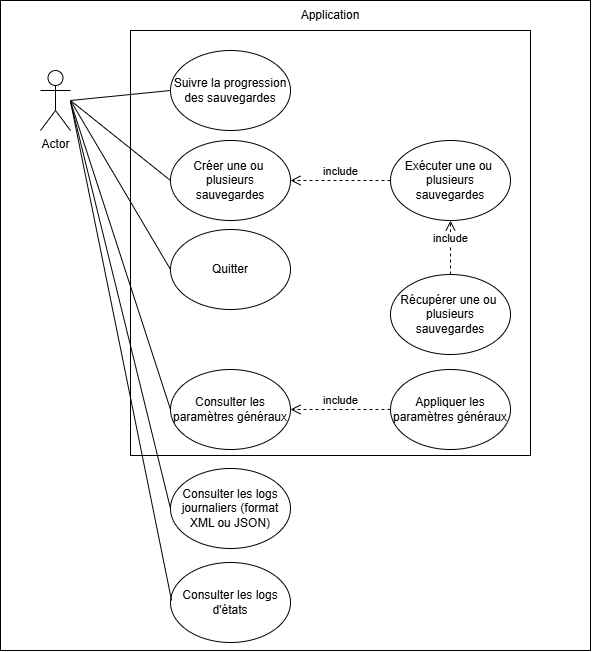
Above: Documents/UML/Diagramme de cas d'utilisation V3.0.png in PierreKerlau/G2_EasySave (draw.io), before the change. Source tidied: cells renumbered, new cells last; positions are measured from the earlier drawing's top-left corner, leaving out a move shared by most shapes. Its diagram source:
```xml
<mxGraphModel>
  <root>
    <mxCell id="0" />
    <mxCell id="1" parent="0" />
    <mxCell id="2" style="rounded=0;whiteSpace=wrap;html=1;" parent="1" vertex="1">
      <mxGeometry width="590" height="650" as="geometry" />
    </mxCell>
    <mxCell id="3" style="rounded=0;whiteSpace=wrap;html=1;" parent="1" vertex="1">
      <mxGeometry x="130" y="30" width="400" height="425" as="geometry" />
    </mxCell>
    <mxCell id="4" value="Actor" style="shape=umlActor;verticalLabelPosition=bottom;verticalAlign=top;html=1;" parent="1" vertex="1">
      <mxGeometry x="40" y="70" width="30" height="60" as="geometry" />
    </mxCell>
    <mxCell id="5" value="Application" style="text;html=1;align=center;verticalAlign=middle;whiteSpace=wrap;rounded=0;" parent="1" vertex="1">
      <mxGeometry x="300" width="60" height="30" as="geometry" />
    </mxCell>
    <mxCell id="6" value="Suivre la progression des sauvegardes" style="ellipse;whiteSpace=wrap;html=1;" parent="1" vertex="1">
      <mxGeometry x="170" y="50" width="120" height="80" as="geometry" />
    </mxCell>
    <mxCell id="7" value="Créer une ou&amp;nbsp;&lt;div&gt;plusieurs sauvegardes&lt;/div&gt;" style="ellipse;whiteSpace=wrap;html=1;" parent="1" vertex="1">
      <mxGeometry x="170" y="140" width="120" height="80" as="geometry" />
    </mxCell>
    <mxCell id="8" value="Récupérer une ou&amp;nbsp;&lt;div&gt;plusieurs sauvegardes&lt;/div&gt;" style="ellipse;whiteSpace=wrap;html=1;" parent="1" vertex="1">
      <mxGeometry x="390" y="274" width="120" height="80" as="geometry" />
    </mxCell>
    <mxCell id="9" value="Quitter" style="ellipse;whiteSpace=wrap;html=1;" parent="1" vertex="1">
      <mxGeometry x="170" y="229" width="120" height="80" as="geometry" />
    </mxCell>
    <mxCell id="10" value="Exécuter une ou&amp;nbsp;&lt;div&gt;plusieurs sauvegardes&lt;/div&gt;" style="ellipse;whiteSpace=wrap;html=1;" parent="1" vertex="1">
      <mxGeometry x="390" y="140" width="120" height="80" as="geometry" />
    </mxCell>
    <mxCell id="11" style="endArrow=none;html=1;rounded=0;entryX=0;entryY=0.5;entryDx=0;entryDy=0;" parent="1" edge="1" target="6">
      <mxGeometry relative="1" as="geometry">
        <mxPoint x="70" y="100" as="sourcePoint" />
      </mxGeometry>
    </mxCell>
    <mxCell id="12" style="endArrow=none;html=1;rounded=0;entryX=0;entryY=0.5;entryDx=0;entryDy=0;" parent="1" edge="1" target="9">
      <mxGeometry relative="1" as="geometry">
        <mxPoint x="70" y="100" as="sourcePoint" />
      </mxGeometry>
    </mxCell>
    <mxCell id="13" style="endArrow=none;html=1;rounded=0;entryX=0;entryY=0.5;entryDx=0;entryDy=0;" parent="1" edge="1" target="7">
      <mxGeometry relative="1" as="geometry">
        <mxPoint x="70" y="100" as="sourcePoint" />
      </mxGeometry>
    </mxCell>
    <mxCell id="14" value="include" style="html=1;verticalAlign=bottom;endArrow=open;dashed=1;endSize=8;curved=0;rounded=0;entryX=1;entryY=0.5;entryDx=0;entryDy=0;exitX=0;exitY=0.5;exitDx=0;exitDy=0;" parent="1" edge="1" source="10" target="7">
      <mxGeometry relative="1" as="geometry" />
    </mxCell>
    <mxCell id="15" value="include" style="html=1;verticalAlign=bottom;endArrow=open;dashed=1;endSize=8;curved=0;rounded=0;entryX=0.5;entryY=1;entryDx=0;entryDy=0;exitX=0.5;exitY=0;exitDx=0;exitDy=0;" parent="1" edge="1" source="8" target="10">
      <mxGeometry relative="1" as="geometry" />
    </mxCell>
    <mxCell id="16" value="Consulter les paramètres généraux" style="ellipse;whiteSpace=wrap;html=1;" parent="1" vertex="1">
      <mxGeometry x="170" y="369" width="120" height="80" as="geometry" />
    </mxCell>
    <mxCell id="17" value="Appliquer les paramètres généraux" style="ellipse;whiteSpace=wrap;html=1;" parent="1" vertex="1">
      <mxGeometry x="390" y="369" width="120" height="80" as="geometry" />
    </mxCell>
    <mxCell id="18" value="include" style="html=1;verticalAlign=bottom;endArrow=open;dashed=1;endSize=8;curved=0;rounded=0;entryX=1;entryY=0.5;entryDx=0;entryDy=0;exitX=0;exitY=0.5;exitDx=0;exitDy=0;" parent="1" edge="1" source="17" target="16">
      <mxGeometry relative="1" as="geometry" />
    </mxCell>
    <mxCell id="19" style="endArrow=none;html=1;rounded=0;entryX=0;entryY=0.5;entryDx=0;entryDy=0;" parent="1" edge="1" target="16">
      <mxGeometry relative="1" as="geometry">
        <mxPoint x="70" y="101" as="sourcePoint" />
      </mxGeometry>
    </mxCell>
    <mxCell id="20" value="Consulter les logs journaliers (format XML ou JSON)" style="ellipse;whiteSpace=wrap;html=1;" parent="1" vertex="1">
      <mxGeometry x="170" y="468" width="120" height="80" as="geometry" />
    </mxCell>
    <mxCell id="21" value="Consulter les logs d'états" style="ellipse;whiteSpace=wrap;html=1;" parent="1" vertex="1">
      <mxGeometry x="170" y="562" width="120" height="80" as="geometry" />
    </mxCell>
    <mxCell id="22" style="endArrow=none;html=1;rounded=0;entryX=0;entryY=0.5;entryDx=0;entryDy=0;" parent="1" edge="1" target="20">
      <mxGeometry relative="1" as="geometry">
        <mxPoint x="70" y="101" as="sourcePoint" />
      </mxGeometry>
    </mxCell>
    <mxCell id="23" style="endArrow=none;html=1;rounded=0;entryX=0.009;entryY=0.475;entryDx=0;entryDy=0;entryPerimeter=0;" parent="1" edge="1" target="21">
      <mxGeometry relative="1" as="geometry">
        <mxPoint x="70" y="101" as="sourcePoint" />
      </mxGeometry>
    </mxCell>
  </root>
</mxGraphModel>
```
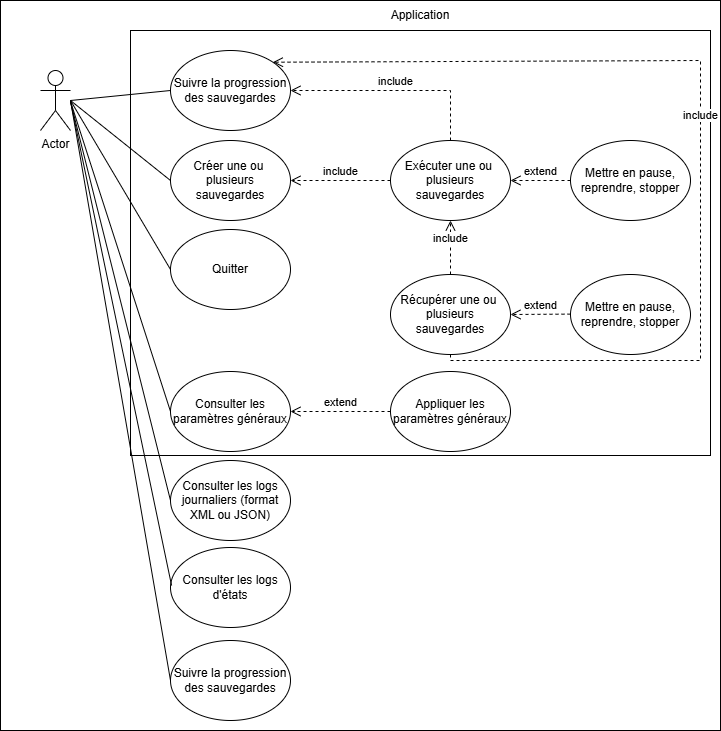
After the commit.

Diff of the diagram source:
```diff
@@ -3,16 +3,16 @@
     <mxCell id="0" />
     <mxCell id="1" parent="0" />
     <mxCell id="2" style="rounded=0;whiteSpace=wrap;html=1;" parent="1" vertex="1">
-      <mxGeometry width="590" height="650" as="geometry" />
+      <mxGeometry width="720" height="730" as="geometry" />
     </mxCell>
     <mxCell id="3" style="rounded=0;whiteSpace=wrap;html=1;" parent="1" vertex="1">
-      <mxGeometry x="130" y="30" width="400" height="425" as="geometry" />
+      <mxGeometry x="130" y="30" width="580" height="425" as="geometry" />
     </mxCell>
     <mxCell id="4" value="Actor" style="shape=umlActor;verticalLabelPosition=bottom;verticalAlign=top;html=1;" parent="1" vertex="1">
       <mxGeometry x="40" y="70" width="30" height="60" as="geometry" />
     </mxCell>
     <mxCell id="5" value="Application" style="text;html=1;align=center;verticalAlign=middle;whiteSpace=wrap;rounded=0;" parent="1" vertex="1">
-      <mxGeometry x="300" width="60" height="30" as="geometry" />
+      <mxGeometry x="390" width="60" height="30" as="geometry" />
     </mxCell>
     <mxCell id="6" value="Suivre la progression des sauvegardes" style="ellipse;whiteSpace=wrap;html=1;" parent="1" vertex="1">
       <mxGeometry x="170" y="50" width="120" height="80" as="geometry" />
@@ -51,12 +51,12 @@
       <mxGeometry relative="1" as="geometry" />
     </mxCell>
     <mxCell id="16" value="Consulter les paramètres généraux" style="ellipse;whiteSpace=wrap;html=1;" parent="1" vertex="1">
-      <mxGeometry x="170" y="369" width="120" height="80" as="geometry" />
+      <mxGeometry x="170" y="371" width="120" height="80" as="geometry" />
     </mxCell>
     <mxCell id="17" value="Appliquer les paramètres généraux" style="ellipse;whiteSpace=wrap;html=1;" parent="1" vertex="1">
-      <mxGeometry x="390" y="369" width="120" height="80" as="geometry" />
+      <mxGeometry x="390" y="371" width="120" height="80" as="geometry" />
     </mxCell>
-    <mxCell id="18" value="include" style="html=1;verticalAlign=bottom;endArrow=open;dashed=1;endSize=8;curved=0;rounded=0;entryX=1;entryY=0.5;entryDx=0;entryDy=0;exitX=0;exitY=0.5;exitDx=0;exitDy=0;" parent="1" edge="1" source="17" target="16">
+    <mxCell id="18" value="extend" style="html=1;verticalAlign=bottom;endArrow=open;dashed=1;endSize=8;curved=0;rounded=0;entryX=1;entryY=0.5;entryDx=0;entryDy=0;exitX=0;exitY=0.5;exitDx=0;exitDy=0;" parent="1" edge="1" source="17" target="16">
       <mxGeometry relative="1" as="geometry" />
     </mxCell>
     <mxCell id="19" style="endArrow=none;html=1;rounded=0;entryX=0;entryY=0.5;entryDx=0;entryDy=0;" parent="1" edge="1" target="16">
@@ -65,10 +65,10 @@
       </mxGeometry>
     </mxCell>
     <mxCell id="20" value="Consulter les logs journaliers (format XML ou JSON)" style="ellipse;whiteSpace=wrap;html=1;" parent="1" vertex="1">
-      <mxGeometry x="170" y="468" width="120" height="80" as="geometry" />
+      <mxGeometry x="170" y="460" width="120" height="80" as="geometry" />
     </mxCell>
     <mxCell id="21" value="Consulter les logs d'états" style="ellipse;whiteSpace=wrap;html=1;" parent="1" vertex="1">
-      <mxGeometry x="170" y="562" width="120" height="80" as="geometry" />
+      <mxGeometry x="170" y="547" width="120" height="80" as="geometry" />
     </mxCell>
     <mxCell id="22" style="endArrow=none;html=1;rounded=0;entryX=0;entryY=0.5;entryDx=0;entryDy=0;" parent="1" edge="1" target="20">
       <mxGeometry relative="1" as="geometry">
@@ -80,5 +80,43 @@
         <mxPoint x="70" y="101" as="sourcePoint" />
       </mxGeometry>
     </mxCell>
+    <mxCell id="24" value="include" style="html=1;verticalAlign=bottom;endArrow=open;dashed=1;endSize=8;curved=0;rounded=0;entryX=1;entryY=0.5;entryDx=0;entryDy=0;exitX=0.5;exitY=0;exitDx=0;exitDy=0;" parent="1" edge="1" source="10" target="6">
+      <mxGeometry relative="1" as="geometry">
+        <Array as="points">
+          <mxPoint x="450" y="90" />
+        </Array>
+      </mxGeometry>
+    </mxCell>
+    <mxCell id="25" value="include" style="html=1;verticalAlign=bottom;endArrow=open;dashed=1;endSize=8;curved=0;rounded=0;entryX=1;entryY=0;entryDx=0;entryDy=0;exitX=0.5;exitY=1;exitDx=0;exitDy=0;" parent="1" edge="1" source="8" target="6">
+      <mxGeometry relative="1" as="geometry">
+        <Array as="points">
+          <mxPoint x="450" y="360" />
+          <mxPoint x="700" y="360" />
+          <mxPoint x="700" y="60" />
+        </Array>
+      </mxGeometry>
+    </mxCell>
+    <mxCell id="26" value="Suivre la progression des sauvegardes" style="ellipse;whiteSpace=wrap;html=1;" parent="1" vertex="1">
+      <mxGeometry x="170" y="640" width="120" height="80" as="geometry" />
+    </mxCell>
+    <mxCell id="27" style="endArrow=none;html=1;rounded=0;entryX=0;entryY=0.5;entryDx=0;entryDy=0;" parent="1" edge="1" target="26">
+      <mxGeometry relative="1" as="geometry">
+        <mxPoint x="70" y="100" as="sourcePoint" />
+      </mxGeometry>
+    </mxCell>
+    <mxCell id="28" value="Mettre en pause, reprendre, stopper" style="ellipse;whiteSpace=wrap;html=1;" parent="1" vertex="1">
+      <mxGeometry x="570" y="140" width="120" height="80" as="geometry" />
+    </mxCell>
+    <mxCell id="29" value="Mettre en pause, reprendre, stopper" style="ellipse;whiteSpace=wrap;html=1;" parent="1" vertex="1">
+      <mxGeometry x="570" y="274" width="120" height="80" as="geometry" />
+    </mxCell>
+    <mxCell id="30" value="extend" style="html=1;verticalAlign=bottom;endArrow=open;dashed=1;endSize=8;curved=0;rounded=0;entryX=1;entryY=0.5;entryDx=0;entryDy=0;exitX=0;exitY=0.5;exitDx=0;exitDy=0;" parent="1" edge="1" target="8">
+      <mxGeometry relative="1" as="geometry">
+        <mxPoint x="570" y="313.6" as="sourcePoint" />
+      </mxGeometry>
+    </mxCell>
+    <mxCell id="31" value="extend" style="html=1;verticalAlign=bottom;endArrow=open;dashed=1;endSize=8;curved=0;rounded=0;entryX=1;entryY=0.5;entryDx=0;entryDy=0;exitX=0;exitY=0.5;exitDx=0;exitDy=0;" parent="1" edge="1" source="28" target="10">
+      <mxGeometry relative="1" as="geometry" />
+    </mxCell>
   </root>
 </mxGraphModel>
```
